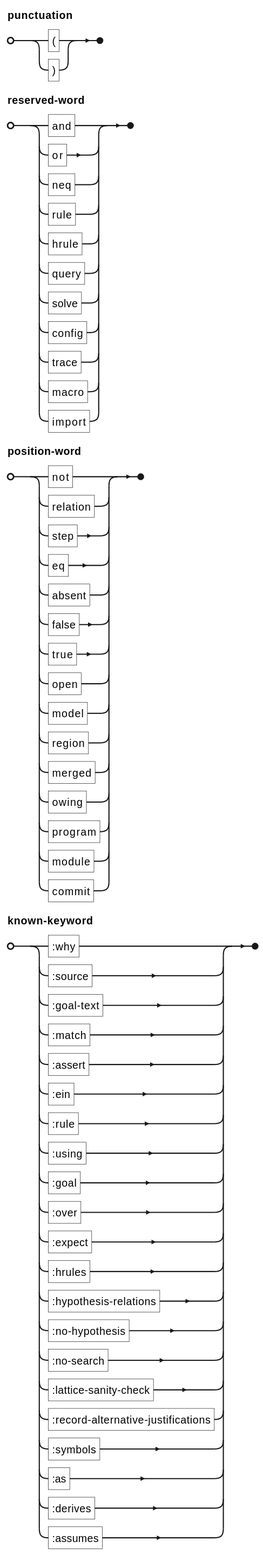
The PlantUML diagram docs/ein/user/04-reference/diagrams/01-grammar-lexical-own-text.svg in agutikov/ein, before a commit. Its source is kept beside it as docs/ein/user/04-reference/diagrams/01-grammar-lexical-own-text.puml.
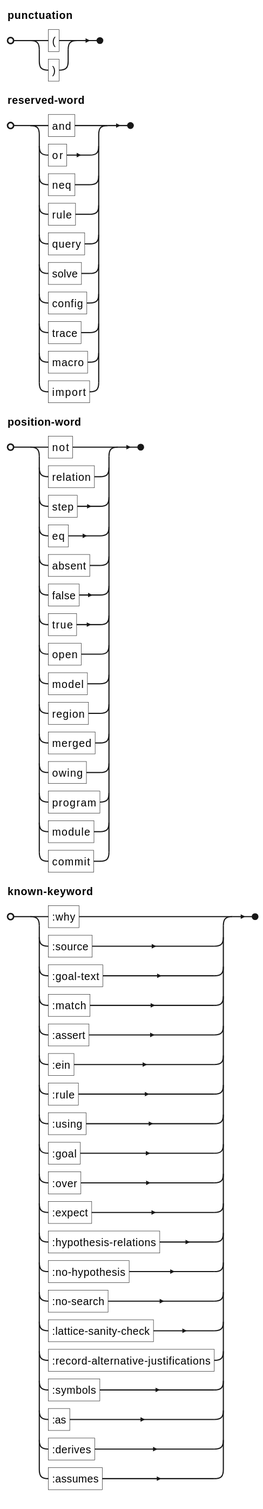
After the commit.

What changed in the source:
```diff
@@ -1,14 +1,13 @@
 @startebnf
 punctuation = "(" | ")" ;
 reserved-word =
-    "and" | "or" | "neq" | "rule" | "hrule" | "query" | "solve" | "config" | "trace" | "macro"
-  | "import" ;
+  "and" | "or" | "neq" | "rule" | "query" | "solve" | "config" | "trace" | "macro" | "import" ;
 position-word =
     "not" | "relation" | "step" | "eq" | "absent" | "false" | "true" | "open" | "model" | "region"
   | "merged" | "owing" | "program" | "module" | "commit" ;
 known-keyword =
     ":why" | ":source" | ":goal-text" | ":match" | ":assert" | ":ein" | ":rule" | ":using" | ":goal"
-  | ":over" | ":expect" | ":hrules" | ":hypothesis-relations" | ":no-hypothesis" | ":no-search"
+  | ":over" | ":expect" | ":hypothesis-relations" | ":no-hypothesis" | ":no-search"
   | ":lattice-sanity-check" | ":record-alternative-justifications" | ":symbols" | ":as" | ":derives"
   | ":assumes" ;
 @endebnf
```
